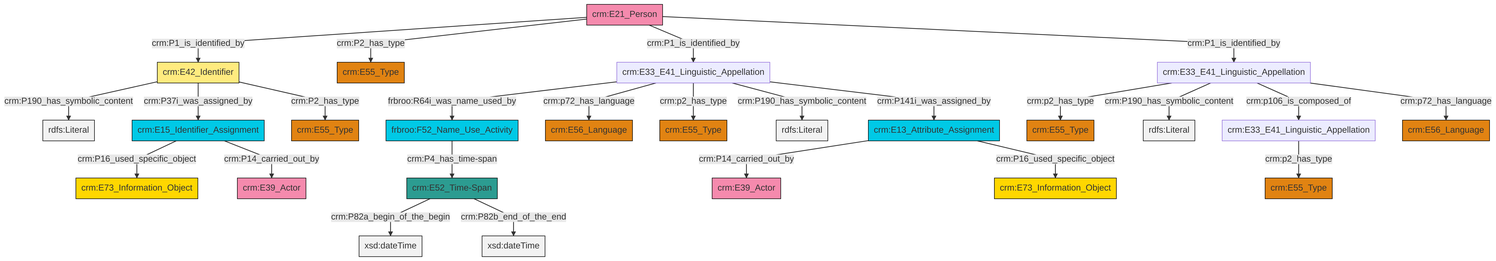
swiss-art-research-net/reference-data-models keeps this Mermaid diagram as et/personCSV/ttl/mmd/png/Person_Names_and_Classification.png. Above is the earlier version. Its source is kept beside it as et/personCSV/ttl/mmd/Person_Names_and_Classification.ttl.mmd.
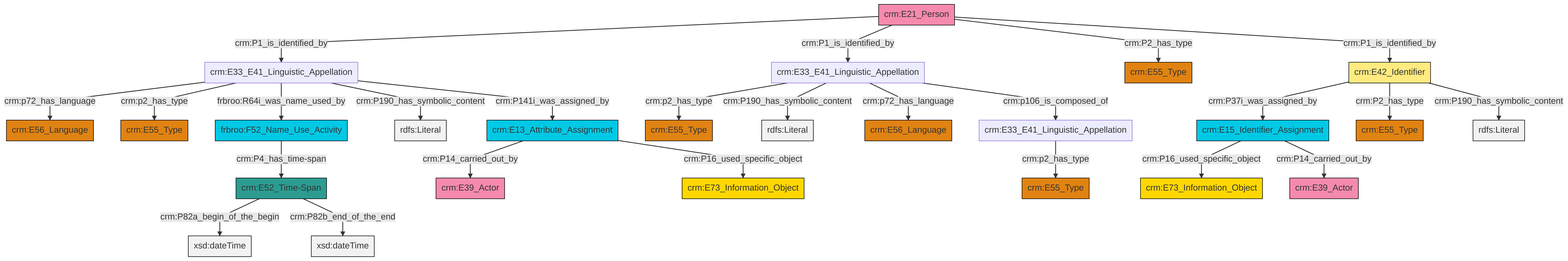
After the change.

Change to the diagram source:
```diff
@@ -13,27 +13,27 @@
 classDef PC_Classes fill:#4ce600, stroke:#000000;
 classDef Multi fill:#cccccc,stroke:#000000;
 
-0["crm:E33_E41_Linguistic_Appellation"]:::Default -->|frbroo:R64i_was_name_used_by| 1["frbroo:F52_Name_Use_Activity"]:::Temporal_Entity
-1["frbroo:F52_Name_Use_Activity"]:::Temporal_Entity -->|crm:P4_has_time-span| 6["crm:E52_Time-Span"]:::Time-Span
-11["crm:E21_Person"]:::Actor -->|crm:P1_is_identified_by| 13["crm:E42_Identifier"]:::Appellation
-13["crm:E42_Identifier"]:::Appellation -->|crm:P190_has_symbolic_content| 16[rdfs:Literal]:::Literal
-11["crm:E21_Person"]:::Actor -->|crm:P2_has_type| 7["crm:E55_Type"]:::Type
-11["crm:E21_Person"]:::Actor -->|crm:P1_is_identified_by| 0["crm:E33_E41_Linguistic_Appellation"]:::Default
-17["crm:E13_Attribute_Assignment"]:::Temporal_Entity -->|crm:P14_carried_out_by| 18["crm:E39_Actor"]:::Actor
-2["crm:E33_E41_Linguistic_Appellation"]:::Default -->|crm:p2_has_type| 20["crm:E55_Type"]:::Type
-21["crm:E15_Identifier_Assignment"]:::Temporal_Entity -->|crm:P16_used_specific_object| 9["crm:E73_Information_Object"]:::Conceptual_Object
-25["crm:E33_E41_Linguistic_Appellation"]:::Default -->|crm:p2_has_type| 22["crm:E55_Type"]:::Type
-21["crm:E15_Identifier_Assignment"]:::Temporal_Entity -->|crm:P14_carried_out_by| 31["crm:E39_Actor"]:::Actor
-6["crm:E52_Time-Span"]:::Time-Span -->|crm:P82a_begin_of_the_begin| 32[xsd:dateTime]:::Literal
-0["crm:E33_E41_Linguistic_Appellation"]:::Default -->|crm:p72_has_language| 33["crm:E56_Language"]:::Type
-0["crm:E33_E41_Linguistic_Appellation"]:::Default -->|crm:p2_has_type| 4["crm:E55_Type"]:::Type
-17["crm:E13_Attribute_Assignment"]:::Temporal_Entity -->|crm:P16_used_specific_object| 29["crm:E73_Information_Object"]:::Conceptual_Object
-2["crm:E33_E41_Linguistic_Appellation"]:::Default -->|crm:P190_has_symbolic_content| 34[rdfs:Literal]:::Literal
-11["crm:E21_Person"]:::Actor -->|crm:P1_is_identified_by| 2["crm:E33_E41_Linguistic_Appellation"]:::Default
-0["crm:E33_E41_Linguistic_Appellation"]:::Default -->|crm:P190_has_symbolic_content| 35[rdfs:Literal]:::Literal
-13["crm:E42_Identifier"]:::Appellation -->|crm:P37i_was_assigned_by| 21["crm:E15_Identifier_Assignment"]:::Temporal_Entity
-2["crm:E33_E41_Linguistic_Appellation"]:::Default -->|crm:p106_is_composed_of| 25["crm:E33_E41_Linguistic_Appellation"]:::Default
-6["crm:E52_Time-Span"]:::Time-Span -->|crm:P82b_end_of_the_end| 42[xsd:dateTime]:::Literal
-2["crm:E33_E41_Linguistic_Appellation"]:::Default -->|crm:p72_has_language| 40["crm:E56_Language"]:::Type
-0["crm:E33_E41_Linguistic_Appellation"]:::Default -->|crm:P141i_was_assigned_by| 17["crm:E13_Attribute_Assignment"]:::Temporal_Entity
-13["crm:E42_Identifier"]:::Appellation -->|crm:P2_has_type| 14["crm:E55_Type"]:::Type
+0["crm:E15_Identifier_Assignment"]:::Temporal_Entity -->|crm:P16_used_specific_object| 1["crm:E73_Information_Object"]:::Conceptual_Object
+4["crm:E33_E41_Linguistic_Appellation"]:::Default -->|crm:p72_has_language| 6["crm:E56_Language"]:::Type
+4["crm:E33_E41_Linguistic_Appellation"]:::Default -->|crm:p2_has_type| 7["crm:E55_Type"]:::Type
+15["crm:E33_E41_Linguistic_Appellation"]:::Default -->|crm:p2_has_type| 16["crm:E55_Type"]:::Type
+13["crm:E33_E41_Linguistic_Appellation"]:::Default -->|crm:p2_has_type| 17["crm:E55_Type"]:::Type
+11["crm:E21_Person"]:::Actor -->|crm:P1_is_identified_by| 4["crm:E33_E41_Linguistic_Appellation"]:::Default
+19["crm:E42_Identifier"]:::Appellation -->|crm:P37i_was_assigned_by| 0["crm:E15_Identifier_Assignment"]:::Temporal_Entity
+19["crm:E42_Identifier"]:::Appellation -->|crm:P2_has_type| 2["crm:E55_Type"]:::Type
+4["crm:E33_E41_Linguistic_Appellation"]:::Default -->|frbroo:R64i_was_name_used_by| 8["frbroo:F52_Name_Use_Activity"]:::Temporal_Entity
+4["crm:E33_E41_Linguistic_Appellation"]:::Default -->|crm:P190_has_symbolic_content| 24[rdfs:Literal]:::Literal
+8["frbroo:F52_Name_Use_Activity"]:::Temporal_Entity -->|crm:P4_has_time-span| 26["crm:E52_Time-Span"]:::Time-Span
+26["crm:E52_Time-Span"]:::Time-Span -->|crm:P82a_begin_of_the_begin| 27[xsd:dateTime]:::Literal
+13["crm:E33_E41_Linguistic_Appellation"]:::Default -->|crm:P190_has_symbolic_content| 28[rdfs:Literal]:::Literal
+11["crm:E21_Person"]:::Actor -->|crm:P1_is_identified_by| 13["crm:E33_E41_Linguistic_Appellation"]:::Default
+26["crm:E52_Time-Span"]:::Time-Span -->|crm:P82b_end_of_the_end| 31[xsd:dateTime]:::Literal
+11["crm:E21_Person"]:::Actor -->|crm:P2_has_type| 37["crm:E55_Type"]:::Type
+19["crm:E42_Identifier"]:::Appellation -->|crm:P190_has_symbolic_content| 41[rdfs:Literal]:::Literal
+0["crm:E15_Identifier_Assignment"]:::Temporal_Entity -->|crm:P14_carried_out_by| 21["crm:E39_Actor"]:::Actor
+4["crm:E33_E41_Linguistic_Appellation"]:::Default -->|crm:P141i_was_assigned_by| 42["crm:E13_Attribute_Assignment"]:::Temporal_Entity
+42["crm:E13_Attribute_Assignment"]:::Temporal_Entity -->|crm:P14_carried_out_by| 33["crm:E39_Actor"]:::Actor
+13["crm:E33_E41_Linguistic_Appellation"]:::Default -->|crm:p72_has_language| 39["crm:E56_Language"]:::Type
+11["crm:E21_Person"]:::Actor -->|crm:P1_is_identified_by| 19["crm:E42_Identifier"]:::Appellation
+13["crm:E33_E41_Linguistic_Appellation"]:::Default -->|crm:p106_is_composed_of| 15["crm:E33_E41_Linguistic_Appellation"]:::Default
+42["crm:E13_Attribute_Assignment"]:::Temporal_Entity -->|crm:P16_used_specific_object| 35["crm:E73_Information_Object"]:::Conceptual_Object
```
